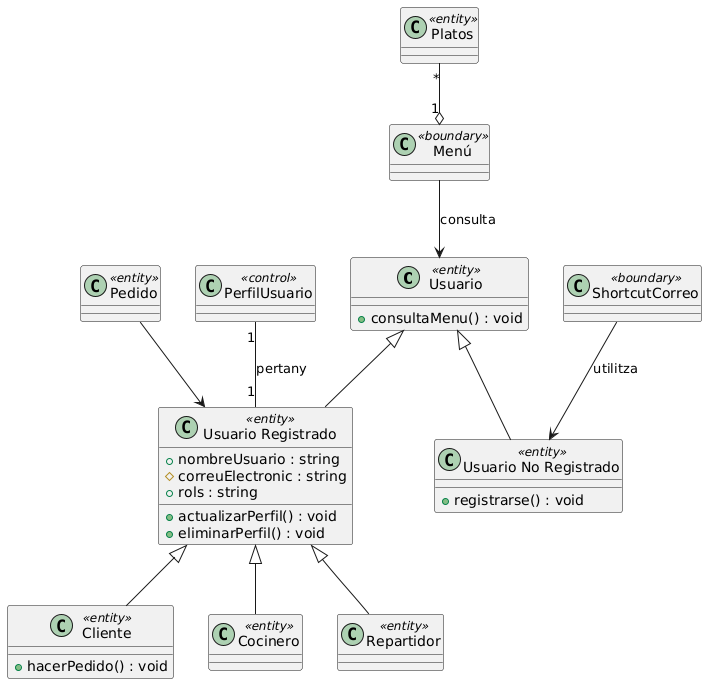
Earlier version of the PlantUML export documents/Diagrama Clases/Diagramas/bloq1_diagrama_clase.png (dabien3/ES25UAB-511-05).
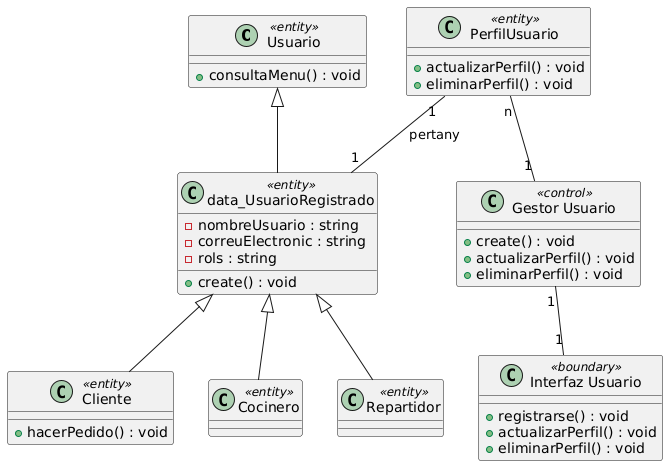
Later version of the same file.

What changed in the source:
```diff
@@ -3,39 +3,43 @@
 {
    +consultaMenu() : void
 }
-class "Usuario Registrado" as UsuarioRegistrado <<entity>>
+class "data_UsuarioRegistrado" as UsuarioRegistrado <<entity>>
 {
-   +nombreUsuario : string
-   #correuElectronic : string
-   +rols : string
-   +actualizarPerfil() : void
-   +eliminarPerfil() : void
-
-}
-class "Usuario No Registrado" as UsuarioNoRegistrado <<entity>>
-{
-   +registrarse() : void
+   -nombreUsuario : string
+   -correuElectronic : string
+   -rols : string
+   +create() : void
 }
 class Cliente <<entity>>
 {
    +hacerPedido() : void
 }
+class "Gestor Usuario" as GestorUsuario <<control>>
+{
+   +create() : void
+   +actualizarPerfil() : void
+   +eliminarPerfil() : void
+}
+class "Interfaz Usuario" as InterfazUsuario <<boundary>>
+{
+   +registrarse() : void
+   +actualizarPerfil() : void
+   +eliminarPerfil() : void
+}
 class Cocinero <<entity>>
 class Repartidor <<entity>>
-class Pedido <<entity>>
-class Menú <<boundary>>
-class ShortcutCorreo <<boundary>>
-class PerfilUsuario <<control>>
-class Platos <<entity>>
+class PerfilUsuario <<entity>>
+{
+   +actualizarPerfil() : void
+   +eliminarPerfil() : void
+}
+
 
 Usuario <|-- UsuarioRegistrado
-Usuario <|-- UsuarioNoRegistrado
 UsuarioRegistrado <|-- Cliente
 UsuarioRegistrado <|-- Cocinero
 UsuarioRegistrado <|-- Repartidor
-Pedido --> UsuarioRegistrado
-Menú --> Usuario : consulta
 PerfilUsuario "1" -- "1" UsuarioRegistrado : pertany
-Platos "*" --o "1" Menú
-ShortcutCorreo --> UsuarioNoRegistrado : utilitza
+PerfilUsuario "n" -- "1" GestorUsuario
+GestorUsuario "1" -- "1" InterfazUsuario
 @enduml
```
